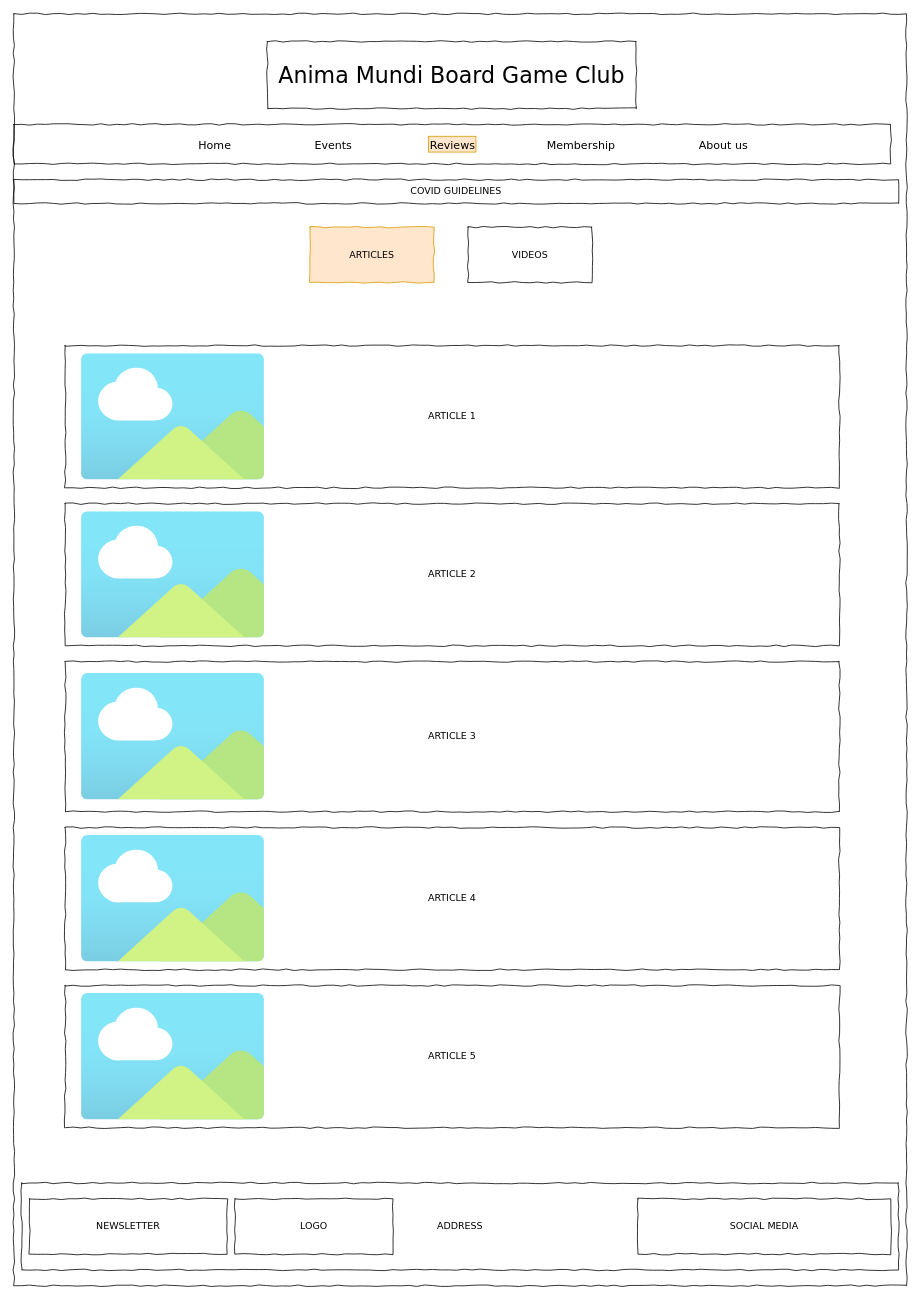
Before: page "Reviews - Articles" (3 of 7) of Wireframes/larger_screens.drawio in m-binda/webdesign-final, a draw.io diagram. Source tidied: cells renumbered, new cells numbered last; positions are measured from the earlier drawing's top-left corner, leaving out a move shared by most shapes. Both pictures are drawn from the tidied source at 79%, with x=0, y=0 at pixel (13, 13).
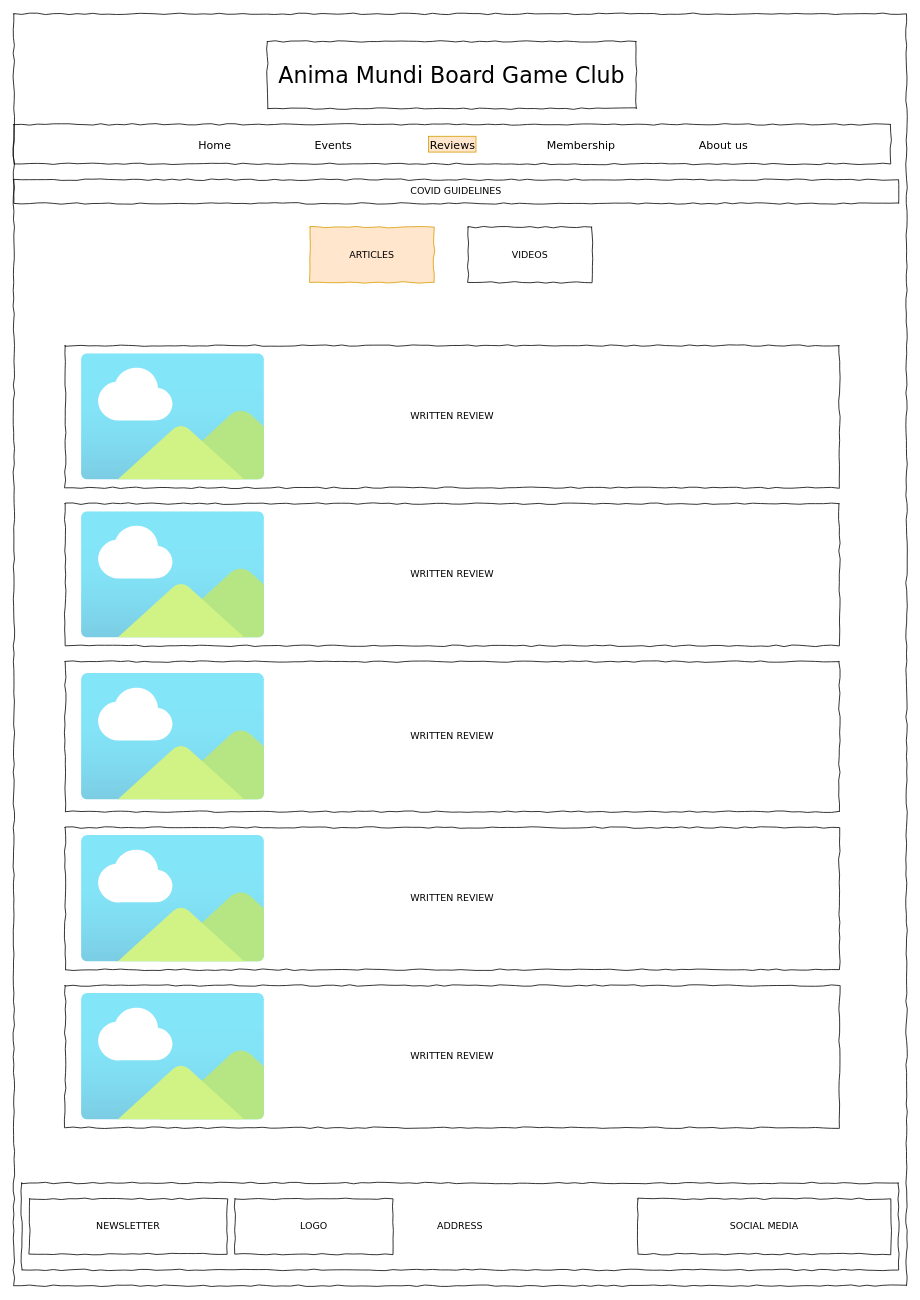
The same diagram, later.

The edit, as a diff of the source:
```diff
@@
-    <mxCell id="4" value="ARTICLE 1" style="whiteSpace=wrap;html=1;rounded=0;shadow=0;labelBackgroundColor=none;strokeWidth=1;fillColor=none;fontFamily=Verdana;fontSize=12;align=center;comic=1;" parent="1" vertex="1">
+    <mxCell id="4" value="WRITTEN REVIEW" style="whiteSpace=wrap;html=1;rounded=0;shadow=0;labelBackgroundColor=none;strokeWidth=1;fillColor=none;fontFamily=Verdana;fontSize=12;align=center;comic=1;" parent="1" vertex="1">
       <mxGeometry x="65" y="420" width="980" height="180" as="geometry" />
     </mxCell>
@@
-    <mxCell id="13" value="ARTICLE 2" style="whiteSpace=wrap;html=1;rounded=0;shadow=0;labelBackgroundColor=none;strokeWidth=1;fillColor=none;fontFamily=Verdana;fontSize=12;align=center;comic=1;" parent="1" vertex="1">
+    <mxCell id="13" value="WRITTEN REVIEW" style="whiteSpace=wrap;html=1;rounded=0;shadow=0;labelBackgroundColor=none;strokeWidth=1;fillColor=none;fontFamily=Verdana;fontSize=12;align=center;comic=1;" parent="1" vertex="1">
       <mxGeometry x="65" y="620" width="980" height="180" as="geometry" />
     </mxCell>
-    <mxCell id="14" value="ARTICLE 3" style="whiteSpace=wrap;html=1;rounded=0;shadow=0;labelBackgroundColor=none;strokeWidth=1;fillColor=none;fontFamily=Verdana;fontSize=12;align=center;comic=1;" parent="1" vertex="1">
+    <mxCell id="14" value="WRITTEN REVIEW" style="whiteSpace=wrap;html=1;rounded=0;shadow=0;labelBackgroundColor=none;strokeWidth=1;fillColor=none;fontFamily=Verdana;fontSize=12;align=center;comic=1;" parent="1" vertex="1">
       <mxGeometry x="65" y="820" width="980" height="190" as="geometry" />
     </mxCell>
-    <mxCell id="15" value="ARTICLE 4" style="whiteSpace=wrap;html=1;rounded=0;shadow=0;labelBackgroundColor=none;strokeWidth=1;fillColor=none;fontFamily=Verdana;fontSize=12;align=center;comic=1;" parent="1" vertex="1">
+    <mxCell id="15" value="WRITTEN REVIEW" style="whiteSpace=wrap;html=1;rounded=0;shadow=0;labelBackgroundColor=none;strokeWidth=1;fillColor=none;fontFamily=Verdana;fontSize=12;align=center;comic=1;" parent="1" vertex="1">
       <mxGeometry x="65" y="1030" width="980" height="180" as="geometry" />
     </mxCell>
-    <mxCell id="16" value="ARTICLE 5" style="whiteSpace=wrap;html=1;rounded=0;shadow=0;labelBackgroundColor=none;strokeWidth=1;fillColor=none;fontFamily=Verdana;fontSize=12;align=center;comic=1;" parent="1" vertex="1">
+    <mxCell id="16" value="WRITTEN REVIEW" style="whiteSpace=wrap;html=1;rounded=0;shadow=0;labelBackgroundColor=none;strokeWidth=1;fillColor=none;fontFamily=Verdana;fontSize=12;align=center;comic=1;" parent="1" vertex="1">
       <mxGeometry x="65" y="1230" width="980" height="180" as="geometry" />
     </mxCell>
```
